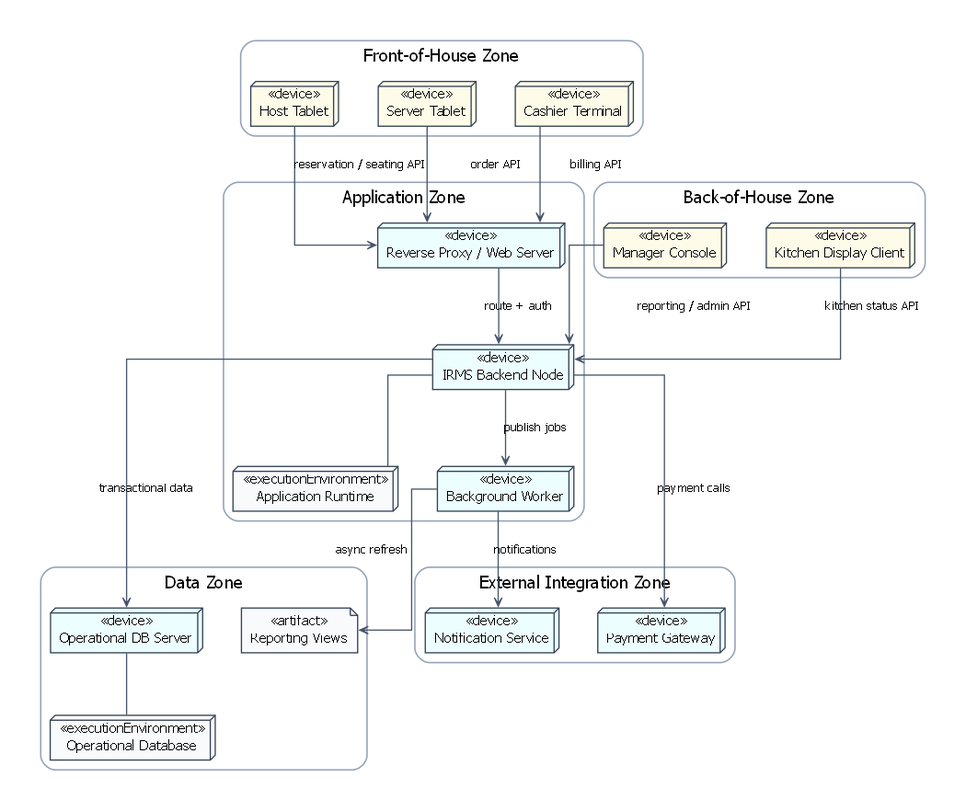
The Graphviz diagram assets/diagrams/rendered/architecture/16_deployment_diagram_network_zones_and_trust_boundaries.png in lehoangluan1/SA_IRMS, before a commit. Its source is kept beside it as assets/diagrams/source/architecture/16_deployment_diagram_network_zones_and_trust_boundaries.dot. The source it was exported from:
```dot
digraph G {
  rankdir=TB;

  graph [bgcolor="white", pad=0.35, nodesep=0.45, ranksep=0.7, splines=ortho, fontname="DejaVu Sans"];
  node [fontname="DejaVu Sans", fontsize=11, color="#334155"];
  edge [fontname="DejaVu Sans", fontsize=10, color="#475569", arrowsize=0.7];

  node [shape=box3d, style="filled", fillcolor="#ECFEFF", fontname="DejaVu Sans", fontsize=11, color="#334155"];
  subgraph cluster_foh {
    label="Front-of-House Zone"; labelloc=t; fontsize=14; style="rounded"; color="#94A3B8"; penwidth=1.2;
    "Host_Tablet" [label="«device»
Host Tablet", fillcolor="#FEFCE8"];
    "Server_Tablet" [label="«device»
Server Tablet", fillcolor="#FEFCE8"];
    "Cashier_Terminal" [label="«device»
Cashier Terminal", fillcolor="#FEFCE8"];
  }
  subgraph cluster_boh {
    label="Back-of-House Zone"; labelloc=t; fontsize=14; style="rounded"; color="#94A3B8"; penwidth=1.2;
    "Kitchen_Display_Client" [label="«device»
Kitchen Display Client", fillcolor="#FEFCE8"];
    "Manager_Console" [label="«device»
Manager Console", fillcolor="#FEFCE8"];
  }
  subgraph cluster_app {
    label="Application Zone"; labelloc=t; fontsize=14; style="rounded"; color="#94A3B8"; penwidth=1.2;
    "Reverse_Proxy_Web_Server" [label="«device»
Reverse Proxy / Web Server"];
    "IRMS_Backend" [label="«device»
IRMS Backend Node"];
    "Backend_Runtime" [label="«executionEnvironment»
Application Runtime", fillcolor="#F8FAFC"];
    "Background_Worker" [label="«device»
Background Worker"];
    "IRMS_Backend" -> "Backend_Runtime" [arrowhead=none];
  }
  subgraph cluster_data {
    label="Data Zone"; labelloc=t; fontsize=14; style="rounded"; color="#94A3B8"; penwidth=1.2;
    "DB_Server" [label="«device»
Operational DB Server"];
    "Operational_Database" [label="«executionEnvironment»
Operational Database", fillcolor="#F8FAFC"];
    "Read_Model_Reporting_Views" [label="«artifact»
Reporting Views", shape=note, fillcolor="#F8FAFC"];
    "DB_Server" -> "Operational_Database" [arrowhead=none];
  }
  subgraph cluster_external {
    label="External Integration Zone"; labelloc=t; fontsize=14; style="rounded"; color="#94A3B8"; penwidth=1.2;
    "Payment_Gateway" [label="«device»
Payment Gateway"];
    "Notification_Service" [label="«device»
Notification Service"];
  }
  edge [arrowhead=open];
  "Host_Tablet" -> "Reverse_Proxy_Web_Server" [label="reservation / seating API"];
  "Server_Tablet" -> "Reverse_Proxy_Web_Server" [label="order API"];
  "Cashier_Terminal" -> "Reverse_Proxy_Web_Server" [label="billing API"];
  "Kitchen_Display_Client" -> "IRMS_Backend" [label="kitchen status API"];
  "Manager_Console" -> "IRMS_Backend" [label="reporting / admin API"];
  "Reverse_Proxy_Web_Server" -> "IRMS_Backend" [label="route + auth"];
  "IRMS_Backend" -> "DB_Server" [label="transactional data"];
  "Background_Worker" -> "Read_Model_Reporting_Views" [label="async refresh"];
  "IRMS_Backend" -> "Background_Worker" [label="publish jobs"];
  "IRMS_Backend" -> "Payment_Gateway" [label="payment calls"];
  "Background_Worker" -> "Notification_Service" [label="notifications"];
}
```
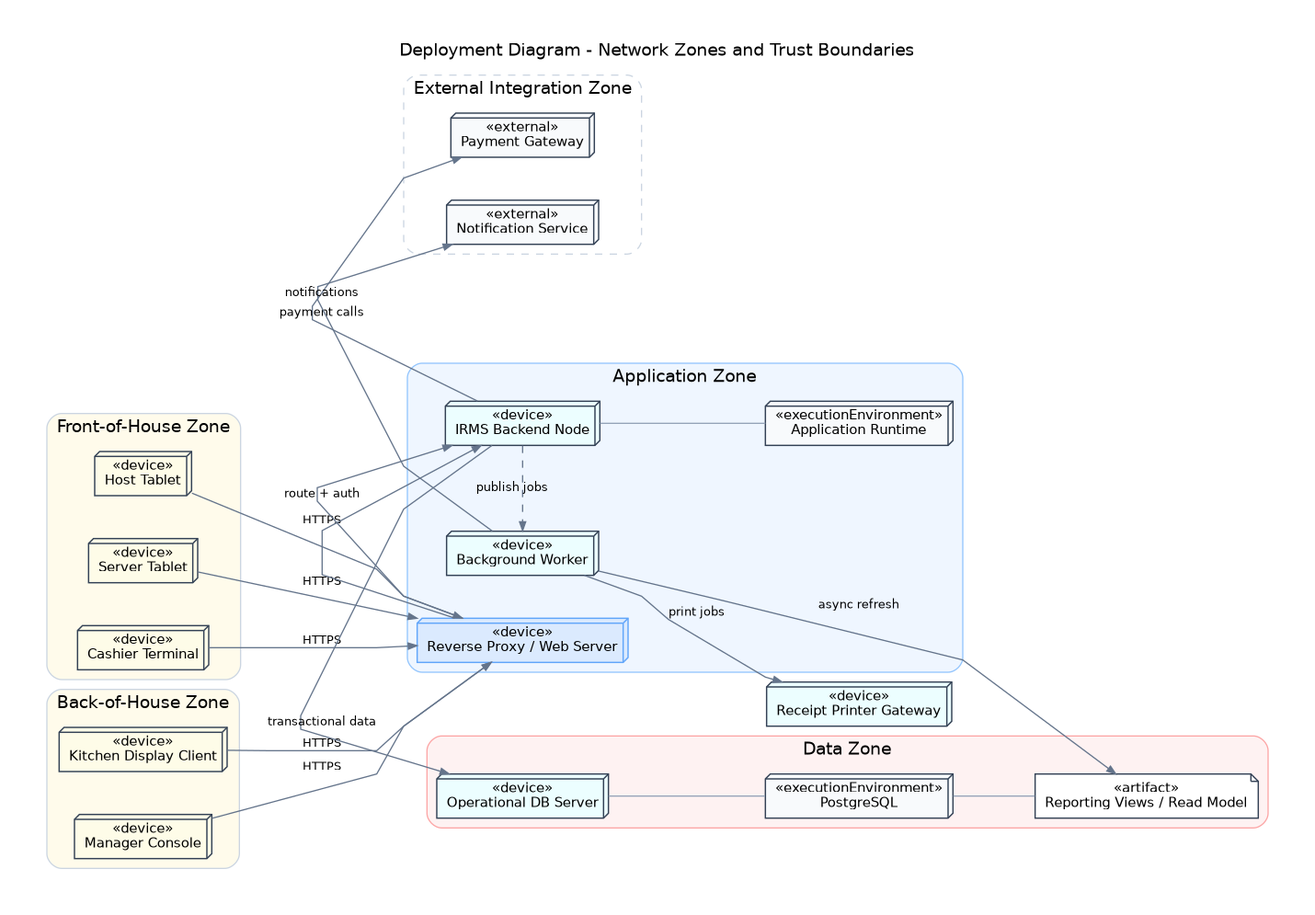
Above is the later version.

Diff of the diagram source:
```diff
@@ -1,66 +1,109 @@
 digraph G {
-  rankdir=TB;
+  graph [
+    rankdir=LR,
+    compound=true,
+    newrank=true,
+    bgcolor="white",
+    pad=0.42,
+    nodesep=0.48,
+    ranksep=0.9,
+    splines=polyline,
+    fontname="DejaVu Sans",
+    labelloc="t",
+    label="Deployment Diagram - Network Zones and Trust Boundaries"
+  ];
 
-  graph [bgcolor="white", pad=0.35, nodesep=0.45, ranksep=0.7, splines=ortho, fontname="DejaVu Sans"];
-  node [fontname="DejaVu Sans", fontsize=11, color="#334155"];
-  edge [fontname="DejaVu Sans", fontsize=10, color="#475569", arrowsize=0.7];
+  node [fontname="DejaVu Sans", fontsize=11, color="#334155", penwidth=1.1, style="filled"];
+  edge [fontname="DejaVu Sans", fontsize=9.8, color="#64748B", penwidth=1.0, arrowsize=0.72];
 
-  node [shape=box3d, style="filled", fillcolor="#ECFEFF", fontname="DejaVu Sans", fontsize=11, color="#334155"];
   subgraph cluster_foh {
-    label="Front-of-House Zone"; labelloc=t; fontsize=14; style="rounded"; color="#94A3B8"; penwidth=1.2;
-    "Host_Tablet" [label="«device»
-Host Tablet", fillcolor="#FEFCE8"];
-    "Server_Tablet" [label="«device»
-Server Tablet", fillcolor="#FEFCE8"];
-    "Cashier_Terminal" [label="«device»
-Cashier Terminal", fillcolor="#FEFCE8"];
+    label="Front-of-House Zone";
+    color="#CBD5E1";
+    style="rounded,filled";
+    fillcolor="#FFFBEB";
+    host [shape=box3d, fillcolor="#FEFCE8", label="«device»
+Host Tablet"];
+    server [shape=box3d, fillcolor="#FEFCE8", label="«device»
+Server Tablet"];
+    cashier [shape=box3d, fillcolor="#FEFCE8", label="«device»
+Cashier Terminal"];
   }
+
   subgraph cluster_boh {
-    label="Back-of-House Zone"; labelloc=t; fontsize=14; style="rounded"; color="#94A3B8"; penwidth=1.2;
-    "Kitchen_Display_Client" [label="«device»
-Kitchen Display Client", fillcolor="#FEFCE8"];
-    "Manager_Console" [label="«device»
-Manager Console", fillcolor="#FEFCE8"];
+    label="Back-of-House Zone";
+    color="#CBD5E1";
+    style="rounded,filled";
+    fillcolor="#FFFBEB";
+    kds [shape=box3d, fillcolor="#FEFCE8", label="«device»
+Kitchen Display Client"];
+    manager [shape=box3d, fillcolor="#FEFCE8", label="«device»
+Manager Console"];
   }
+
   subgraph cluster_app {
-    label="Application Zone"; labelloc=t; fontsize=14; style="rounded"; color="#94A3B8"; penwidth=1.2;
-    "Reverse_Proxy_Web_Server" [label="«device»
+    label="Application Zone";
+    color="#93C5FD";
+    style="rounded,filled";
+    fillcolor="#EFF6FF";
+    proxy [shape=box3d, fillcolor="#DBEAFE", color="#60A5FA", label="«device»
 Reverse Proxy / Web Server"];
-    "IRMS_Backend" [label="«device»
+    backend [shape=box3d, fillcolor="#ECFEFF", label="«device»
 IRMS Backend Node"];
-    "Backend_Runtime" [label="«executionEnvironment»
-Application Runtime", fillcolor="#F8FAFC"];
-    "Background_Worker" [label="«device»
+    runtime [shape=box3d, fillcolor="#F8FAFC", label="«executionEnvironment»
+Application Runtime"];
+    worker [shape=box3d, fillcolor="#ECFEFF", label="«device»
 Background Worker"];
-    "IRMS_Backend" -> "Backend_Runtime" [arrowhead=none];
+    backend -> runtime [arrowhead=none, color="#94A3B8"];
   }
+
   subgraph cluster_data {
-    label="Data Zone"; labelloc=t; fontsize=14; style="rounded"; color="#94A3B8"; penwidth=1.2;
-    "DB_Server" [label="«device»
+    label="Data Zone";
+    color="#FCA5A5";
+    style="rounded,filled";
+    fillcolor="#FEF2F2";
+    db [shape=box3d, fillcolor="#ECFEFF", label="«device»
 Operational DB Server"];
-    "Operational_Database" [label="«executionEnvironment»
-Operational Database", fillcolor="#F8FAFC"];
-    "Read_Model_Reporting_Views" [label="«artifact»
-Reporting Views", shape=note, fillcolor="#F8FAFC"];
-    "DB_Server" -> "Operational_Database" [arrowhead=none];
+    dbms [shape=box3d, fillcolor="#F8FAFC", label="«executionEnvironment»
+PostgreSQL"];
+    readm [shape=note, fillcolor="#FFFFFF", label="«artifact»
+Reporting Views / Read Model"];
+    db -> dbms [arrowhead=none, color="#94A3B8"];
+    dbms -> readm [arrowhead=none, color="#94A3B8"];
   }
+
+  printer [shape=box3d, fillcolor="#ECFEFF", label="«device»
+Receipt Printer Gateway"];
+
   subgraph cluster_external {
-    label="External Integration Zone"; labelloc=t; fontsize=14; style="rounded"; color="#94A3B8"; penwidth=1.2;
-    "Payment_Gateway" [label="«device»
+    label="External Integration Zone";
+    color="#CBD5E1";
+    style="rounded,dashed";
+    payment [shape=box3d, fillcolor="#F8FAFC", label="«external»
 Payment Gateway"];
-    "Notification_Service" [label="«device»
+    notify [shape=box3d, fillcolor="#F8FAFC", label="«external»
 Notification Service"];
   }
-  edge [arrowhead=open];
-  "Host_Tablet" -> "Reverse_Proxy_Web_Server" [label="reservation / seating API"];
-  "Server_Tablet" -> "Reverse_Proxy_Web_Server" [label="order API"];
-  "Cashier_Terminal" -> "Reverse_Proxy_Web_Server" [label="billing API"];
-  "Kitchen_Display_Client" -> "IRMS_Backend" [label="kitchen status API"];
-  "Manager_Console" -> "IRMS_Backend" [label="reporting / admin API"];
-  "Reverse_Proxy_Web_Server" -> "IRMS_Backend" [label="route + auth"];
-  "IRMS_Backend" -> "DB_Server" [label="transactional data"];
-  "Background_Worker" -> "Read_Model_Reporting_Views" [label="async refresh"];
-  "IRMS_Backend" -> "Background_Worker" [label="publish jobs"];
-  "IRMS_Backend" -> "Payment_Gateway" [label="payment calls"];
-  "Background_Worker" -> "Notification_Service" [label="notifications"];
+
+  { rank=same; host; server; cashier; }
+  { rank=same; kds; manager; }
+  { rank=same; proxy; backend; worker; db; payment; notify; }
+
+  host    -> proxy   [label="HTTPS"];
+  server  -> proxy   [label="HTTPS"];
+  cashier -> proxy   [label="HTTPS"];
+  kds     -> proxy   [label="HTTPS"];
+  manager -> proxy   [label="HTTPS"];
+
+  proxy   -> backend [label="route + auth"];
+  backend -> db      [label="transactional data"];
+  backend -> worker  [style=dashed, label="publish jobs"];
+  worker  -> readm   [label="async refresh"];
+  backend -> payment [label="payment calls"];
+  worker  -> notify  [label="notifications"];
+  worker  -> printer [label="print jobs"];
+
+  proxy -> backend [weight=8];
+  backend -> worker [style=invis, weight=8];
+  worker -> db [style=invis, weight=8];
+  db -> payment [style=invis, weight=8];
 }
```
